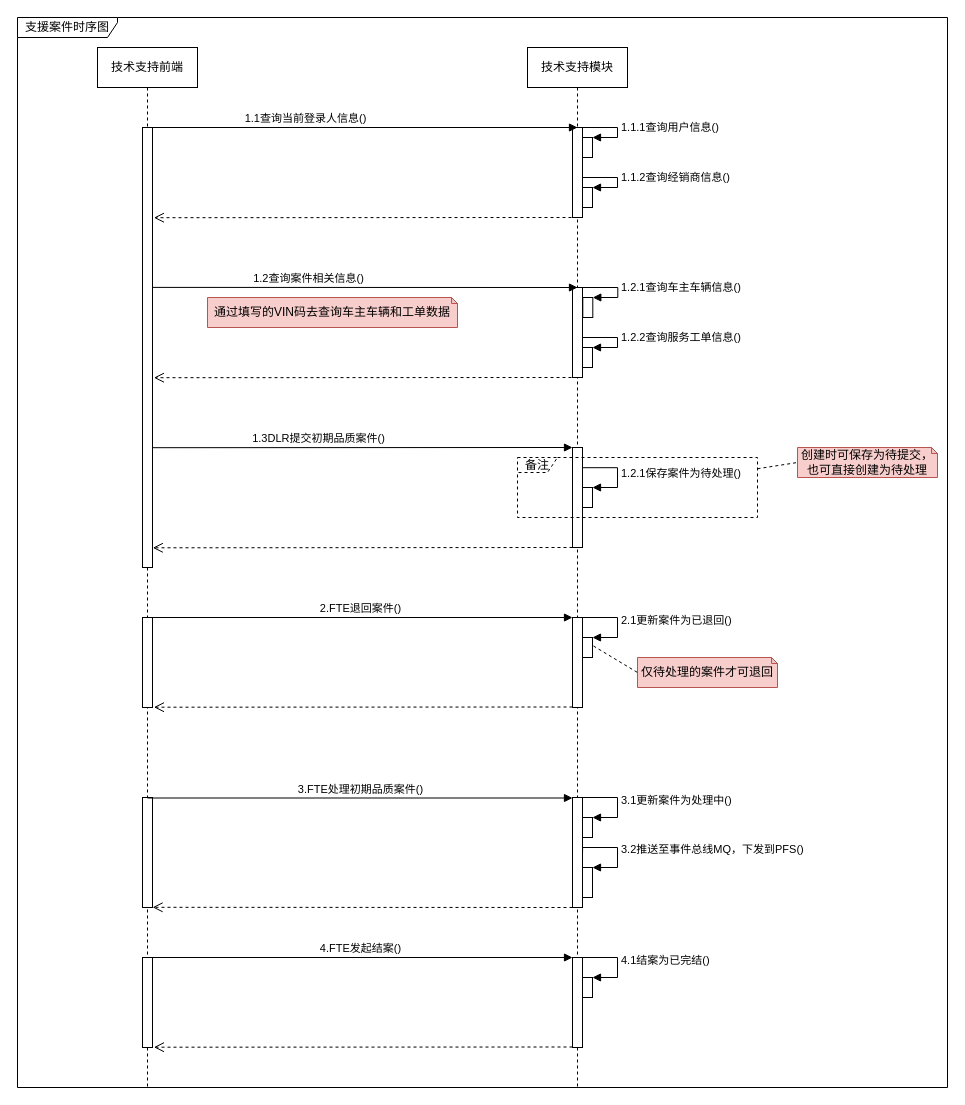
The draw.io diagram page "支援案件时序图" (3 of 6) of images/支援案件时序图.drawio in 1132489442/designer, before the edit. Source tidied: cells renumbered, new cells numbered last; positions are measured from the earlier drawing's top-left corner, leaving out a move shared by most shapes. Both pictures are drawn from the tidied source at 100%, with x=0, y=0 at pixel (17, 17).
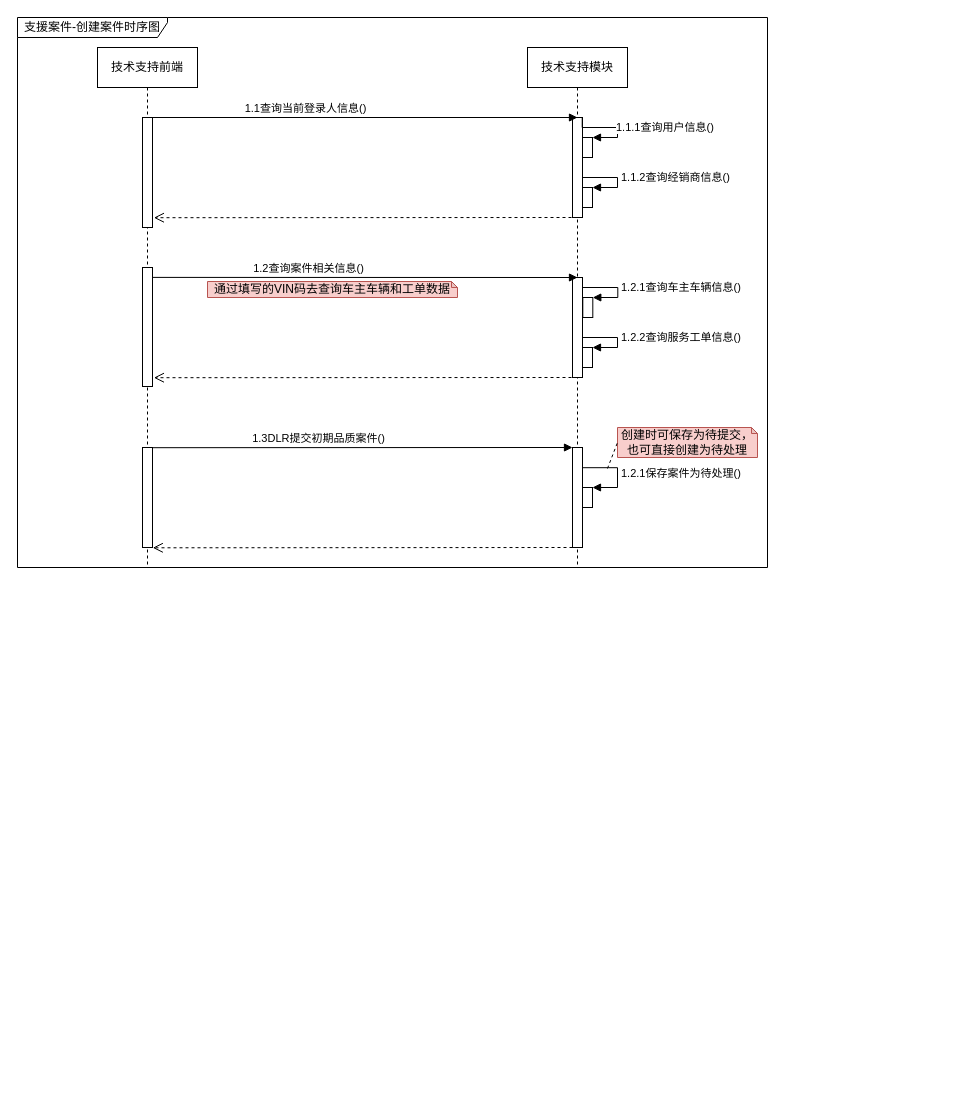
The same diagram, later.

Change to the diagram source:
```diff
@@
     <mxCell id="2" value="技术支持模块" style="shape=umlLifeline;perimeter=lifelinePerimeter;whiteSpace=wrap;html=1;" parent="1" vertex="1">
-      <mxGeometry x="510" y="30" width="100" height="1040" as="geometry" />
+      <mxGeometry x="510" y="30" width="100" height="520" as="geometry" />
     </mxCell>
@@
-    <mxCell id="6" style="html=1;points=[];perimeter=orthogonalPerimeter;" parent="2" vertex="1">
-      <mxGeometry x="45" y="750" width="10" height="110" as="geometry" />
-    </mxCell>
-    <mxCell id="7" style="html=1;points=[];perimeter=orthogonalPerimeter;" parent="2" vertex="1">
-      <mxGeometry x="55" y="770" width="10" height="20" as="geometry" />
-    </mxCell>
-    <mxCell id="8" value="3.1更新案件为处理中()" style="edgeStyle=orthogonalEdgeStyle;html=1;align=left;spacingLeft=2;endArrow=block;rounded=0;entryX=1;entryY=0;exitX=0.5;exitY=0;exitDx=0;exitDy=0;exitPerimeter=0;" parent="2" edge="1" source="6" target="7">
-      <mxGeometry relative="1" as="geometry">
-        <Array as="points">
-          <mxPoint x="90" y="750" />
-          <mxPoint x="90" y="770" />
-        </Array>
-      </mxGeometry>
-    </mxCell>
-    <mxCell id="9" style="html=1;points=[];perimeter=orthogonalPerimeter;" parent="2" vertex="1">
-      <mxGeometry x="55" y="820" width="10" height="30" as="geometry" />
-    </mxCell>
-    <mxCell id="10" value="3.2推送至事件总线MQ，下发到PFS()" style="edgeStyle=orthogonalEdgeStyle;html=1;align=left;spacingLeft=2;endArrow=block;rounded=0;entryX=1;entryY=0;exitX=1.006;exitY=0.499;exitDx=0;exitDy=0;exitPerimeter=0;" parent="2" edge="1" source="6" target="9">
-      <mxGeometry relative="1" as="geometry">
-        <Array as="points">
-          <mxPoint x="90" y="800" />
-          <mxPoint x="90" y="820" />
-        </Array>
-      </mxGeometry>
-    </mxCell>
     <mxCell id="11" style="html=1;points=[];perimeter=orthogonalPerimeter;" parent="2" vertex="1">
-      <mxGeometry x="45" y="80" width="10" height="90" as="geometry" />
+      <mxGeometry x="45" y="70" width="10" height="100" as="geometry" />
     </mxCell>
@@
     <mxCell id="16" value="技术支持前端" style="shape=umlLifeline;perimeter=lifelinePerimeter;whiteSpace=wrap;html=1;" parent="1" vertex="1">
-      <mxGeometry x="80" y="30" width="100" height="1040" as="geometry" />
+      <mxGeometry x="80" y="30" width="100" height="520" as="geometry" />
     </mxCell>
     <mxCell id="17" style="html=1;perimeter=orthogonalPerimeter;" parent="16" vertex="1">
-      <mxGeometry x="45" y="80" width="10" height="440" as="geometry" />
+      <mxGeometry x="45" y="70" width="10" height="110" as="geometry" />
     </mxCell>
-    <mxCell id="18" style="html=1;perimeter=orthogonalPerimeter;" parent="16" vertex="1">
-      <mxGeometry x="45" y="750" width="10" height="110" as="geometry" />
-    </mxCell>
@@
-    <mxCell id="21" value="3.FTE处理初期品质案件()" style="html=1;verticalAlign=bottom;endArrow=block;entryX=0;entryY=0;rounded=0;" parent="1" edge="1">
-      <mxGeometry relative="1" as="geometry">
-        <mxPoint x="130" y="780.5" as="sourcePoint" />
-        <mxPoint x="555" y="780.5" as="targetPoint" />
-      </mxGeometry>
-    </mxCell>
-    <mxCell id="22" style="html=1;verticalAlign=bottom;endArrow=open;dashed=1;endSize=8;exitX=0;exitY=0.95;rounded=0;entryX=1.008;entryY=0.948;entryDx=0;entryDy=0;entryPerimeter=0;" parent="1" edge="1">
-      <mxGeometry relative="1" as="geometry">
-        <mxPoint x="555" y="890" as="sourcePoint" />
-        <mxPoint x="135.1" y="889.8" as="targetPoint" />
-      </mxGeometry>
-    </mxCell>
-    <mxCell id="23" style="html=1;points=[];perimeter=orthogonalPerimeter;" parent="1" vertex="1">
-      <mxGeometry x="555" y="940" width="10" height="90" as="geometry" />
-    </mxCell>
-    <mxCell id="24" style="html=1;points=[];perimeter=orthogonalPerimeter;" parent="1" vertex="1">
-      <mxGeometry x="565" y="960" width="10" height="20" as="geometry" />
-    </mxCell>
-    <mxCell id="25" value="4.1结案为已完结()" style="edgeStyle=orthogonalEdgeStyle;html=1;align=left;spacingLeft=2;endArrow=block;rounded=0;entryX=1;entryY=0;exitX=0.5;exitY=0;exitDx=0;exitDy=0;exitPerimeter=0;" parent="1" edge="1" source="23" target="24">
-      <mxGeometry relative="1" as="geometry">
-        <Array as="points">
-          <mxPoint x="600" y="940" />
-          <mxPoint x="600" y="960" />
-        </Array>
-      </mxGeometry>
-    </mxCell>
-    <mxCell id="26" style="html=1;perimeter=orthogonalPerimeter;" parent="1" vertex="1">
-      <mxGeometry x="125" y="940" width="10" height="90" as="geometry" />
-    </mxCell>
-    <mxCell id="27" value="4.FTE发起结案()" style="html=1;verticalAlign=bottom;endArrow=block;entryX=0;entryY=0;rounded=0;" parent="1" edge="1" target="23">
-      <mxGeometry relative="1" as="geometry">
-        <mxPoint x="130" y="940" as="sourcePoint" />
-      </mxGeometry>
-    </mxCell>
-    <mxCell id="28" style="html=1;verticalAlign=bottom;endArrow=open;dashed=1;endSize=8;exitX=0;exitY=0.95;rounded=0;entryX=1.136;entryY=0.952;entryDx=0;entryDy=0;entryPerimeter=0;" parent="1" edge="1">
-      <mxGeometry relative="1" as="geometry">
-        <mxPoint x="555" y="1029.5" as="sourcePoint" />
-        <mxPoint x="136.4" y="1029.7" as="targetPoint" />
-      </mxGeometry>
-    </mxCell>
     <mxCell id="29" value="1.1查询当前登录人信息()" style="html=1;verticalAlign=bottom;endArrow=block;rounded=0;" parent="1" edge="1">
       <mxGeometry x="-0.27" relative="1" as="geometry">
-        <mxPoint x="130" y="110" as="sourcePoint" />
-        <mxPoint x="560" y="110" as="targetPoint" />
+        <mxPoint x="130" y="100" as="sourcePoint" />
+        <mxPoint x="560" y="100" as="targetPoint" />
         <mxPoint x="1" as="offset" />
       </mxGeometry>
     </mxCell>
@@
-    <mxCell id="31" style="html=1;points=[];perimeter=orthogonalPerimeter;" parent="1" vertex="1">
-      <mxGeometry x="555" y="600" width="10" height="90" as="geometry" />
-    </mxCell>
-    <mxCell id="32" style="html=1;points=[];perimeter=orthogonalPerimeter;" parent="1" vertex="1">
-      <mxGeometry x="565" y="620" width="10" height="20" as="geometry" />
-    </mxCell>
-    <mxCell id="33" value="2.1更新案件为已退回()" style="edgeStyle=orthogonalEdgeStyle;html=1;align=left;spacingLeft=2;endArrow=block;rounded=0;entryX=1;entryY=0;exitX=0.5;exitY=0;exitDx=0;exitDy=0;exitPerimeter=0;" parent="1" edge="1" source="31" target="32">
-      <mxGeometry relative="1" as="geometry">
-        <Array as="points">
-          <mxPoint x="600" y="600" />
-          <mxPoint x="600" y="620" />
-        </Array>
-      </mxGeometry>
-    </mxCell>
-    <mxCell id="34" style="html=1;perimeter=orthogonalPerimeter;" parent="1" vertex="1">
-      <mxGeometry x="125" y="600" width="10" height="90" as="geometry" />
-    </mxCell>
-    <mxCell id="35" value="2.FTE退回案件()" style="html=1;verticalAlign=bottom;endArrow=block;entryX=0;entryY=0;rounded=0;" parent="1" edge="1" target="31">
-      <mxGeometry relative="1" as="geometry">
-        <mxPoint x="130" y="600" as="sourcePoint" />
-      </mxGeometry>
-    </mxCell>
-    <mxCell id="36" style="html=1;verticalAlign=bottom;endArrow=open;dashed=1;endSize=8;exitX=0;exitY=0.95;rounded=0;entryX=1.136;entryY=0.952;entryDx=0;entryDy=0;entryPerimeter=0;" parent="1" edge="1">
-      <mxGeometry relative="1" as="geometry">
-        <mxPoint x="555" y="689.5" as="sourcePoint" />
-        <mxPoint x="136.4" y="689.7" as="targetPoint" />
-      </mxGeometry>
-    </mxCell>
@@
     <mxCell id="41" style="html=1;perimeter=orthogonalPerimeter;" parent="1" vertex="1">
-      <mxGeometry x="555" y="270" width="10" height="90" as="geometry" />
+      <mxGeometry x="555" y="260" width="10" height="100" as="geometry" />
     </mxCell>
@@
     <mxCell id="43" value="1.2查询案件相关信息()" style="html=1;verticalAlign=bottom;endArrow=block;rounded=0;exitX=0.99;exitY=0.227;exitDx=0;exitDy=0;exitPerimeter=0;" parent="1" edge="1">
       <mxGeometry x="-0.27" relative="1" as="geometry">
-        <mxPoint x="134.9" y="269.9" as="sourcePoint" />
-        <mxPoint x="560" y="270" as="targetPoint" />
+        <mxPoint x="134.9" y="259.9" as="sourcePoint" />
+        <mxPoint x="560" y="260" as="targetPoint" />
         <mxPoint x="1" as="offset" />
       </mxGeometry>
     </mxCell>
     <mxCell id="44" value="通过填写的VIN码去查询车主车辆和工单数据" style="shape=note;whiteSpace=wrap;html=1;backgroundOutline=1;darkOpacity=0.05;size=6;fillColor=#f8cecc;strokeColor=#b85450;" parent="1" vertex="1">
-      <mxGeometry x="190" y="280" width="250" height="30" as="geometry" />
+      <mxGeometry x="190" y="264" width="250" height="16" as="geometry" />
     </mxCell>
-    <mxCell id="45" value="备注" style="shape=umlFrame;whiteSpace=wrap;html=1;width=40;height=15;dashed=1;" parent="1" vertex="1">
-      <mxGeometry x="500" y="440" width="240" height="60" as="geometry" />
-    </mxCell>
     <mxCell id="46" value="创建时可保存为待提交，也可直接创建为待处理" style="shape=note;whiteSpace=wrap;html=1;backgroundOutline=1;darkOpacity=0.05;size=6;fillColor=#f8cecc;strokeColor=#b85450;" parent="1" vertex="1">
-      <mxGeometry x="780" y="430" width="140" height="30" as="geometry" />
+      <mxGeometry x="600" y="410" width="140" height="30" as="geometry" />
     </mxCell>
-    <mxCell id="47" style="endArrow=none;dashed=1;html=1;rounded=0;entryX=0;entryY=0.5;entryDx=0;entryDy=0;entryPerimeter=0;" parent="1" edge="1" source="45" target="46">
-      <mxGeometry relative="1" as="geometry" />
+    <mxCell id="47" style="endArrow=none;dashed=1;html=1;rounded=0;entryX=0;entryY=0.5;entryDx=0;entryDy=0;entryPerimeter=0;" parent="1" edge="1" target="46">
+      <mxGeometry relative="1" as="geometry">
+        <mxPoint x="590" y="451" as="sourcePoint" />
+      </mxGeometry>
     </mxCell>
-    <mxCell id="48" value="仅待处理的案件才可退回" style="shape=note;whiteSpace=wrap;html=1;backgroundOutline=1;darkOpacity=0.05;size=6;fillColor=#f8cecc;strokeColor=#b85450;" parent="1" vertex="1">
-      <mxGeometry x="620" y="640" width="140" height="30" as="geometry" />
-    </mxCell>
-    <mxCell id="49" style="endArrow=none;dashed=1;html=1;rounded=0;entryX=0;entryY=0.5;entryDx=0;entryDy=0;entryPerimeter=0;exitX=1.1;exitY=0.425;exitDx=0;exitDy=0;exitPerimeter=0;" parent="1" edge="1" source="32" target="48">
-      <mxGeometry relative="1" as="geometry" />
-    </mxCell>
-    <mxCell id="50" value="支援案件时序图" style="shape=umlFrame;whiteSpace=wrap;html=1;width=100;height=20;" parent="1" vertex="1">
-      <mxGeometry width="930" height="1070" as="geometry" />
+    <mxCell id="50" value="支援案件-创建案件时序图" style="shape=umlFrame;whiteSpace=wrap;html=1;width=150;height=20;" parent="1" vertex="1">
+      <mxGeometry width="750" height="550" as="geometry" />
     </mxCell>
+    <mxCell id="51" style="html=1;perimeter=orthogonalPerimeter;" parent="1" vertex="1">
+      <mxGeometry x="125" y="250" width="10" height="119" as="geometry" />
+    </mxCell>
+    <mxCell id="52" style="html=1;perimeter=orthogonalPerimeter;" parent="1" vertex="1">
+      <mxGeometry x="125" y="430" width="10" height="100" as="geometry" />
+    </mxCell>
```
